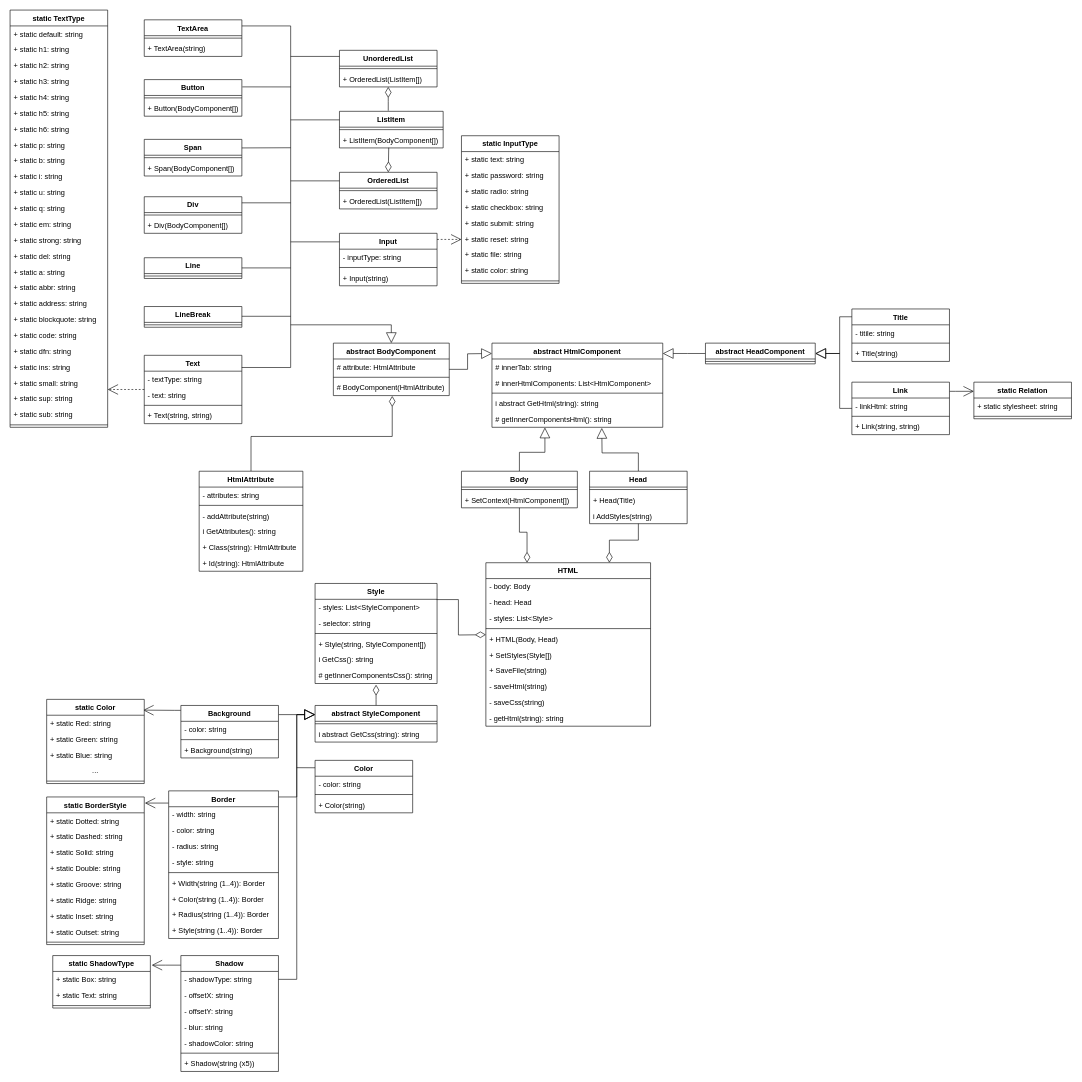
Above: Class structure.drawio in Vitaly05/html-creator-library (draw.io), before the change. Source tidied: cells renumbered, new cells numbered last; positions are measured from the earlier drawing's top-left corner, leaving out a move shared by most shapes. Both pictures are drawn from the tidied source at 61%, with x=0, y=0 at pixel (10, 10).
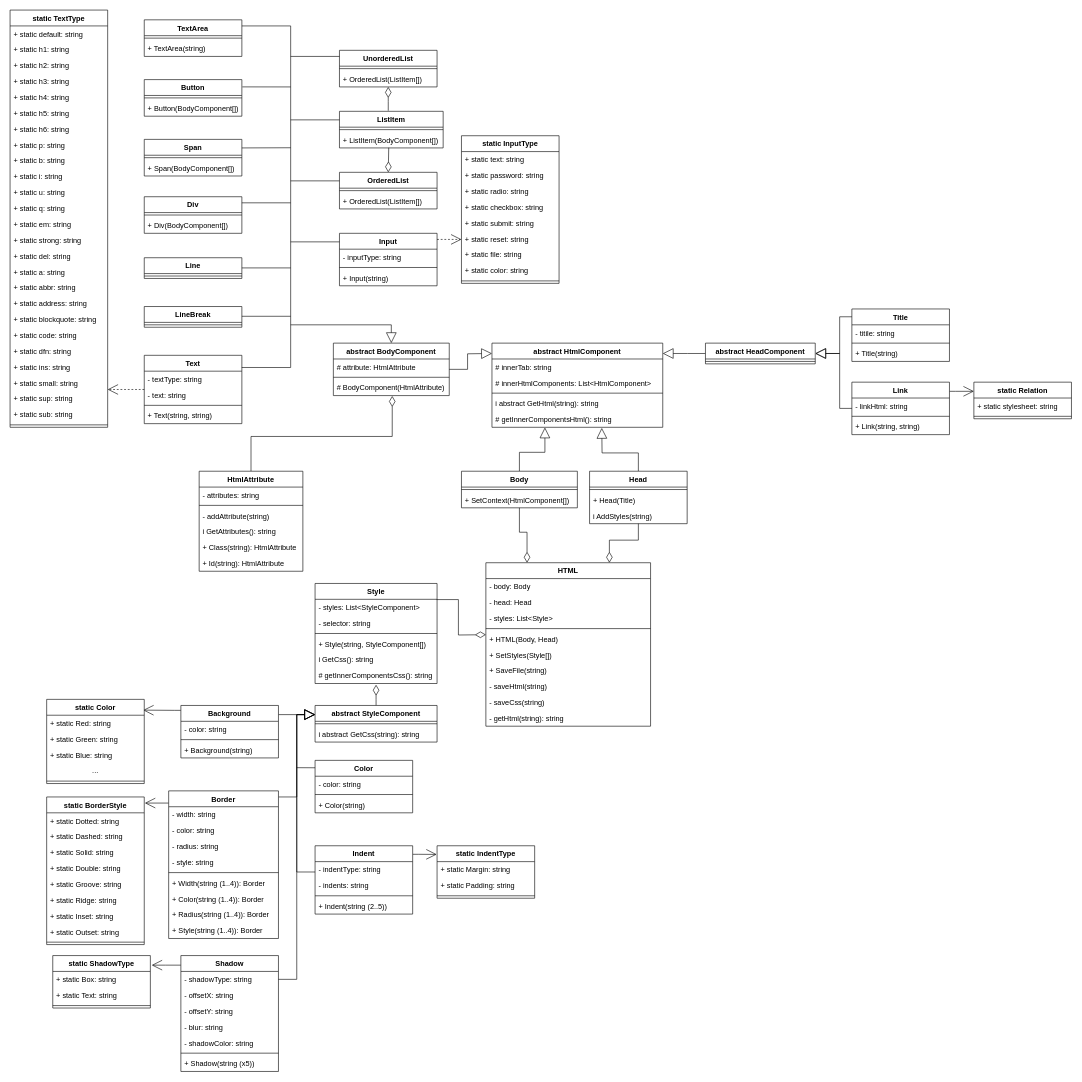
After the change.

Commit message (it also covers changes not shown here):
Added Margin and Padding indents

The change refers to these unchanged cells:
```xml
<mxCell id="160" value="abstract StyleComponent" style="swimlane;fontStyle=1;align=center;verticalAlign=top;horizontal=1;startSize=26;" parent="1" vertex="1">
  <mxGeometry x="500" y="1140" width="200" height="60" as="geometry" />
</mxCell>
```

Change to the diagram source:
```diff
@@
+    <mxCell id="213" style="edgeStyle=orthogonalEdgeStyle;rounded=0;jettySize=auto;html=1;entryX=-0.004;entryY=0.165;entryDx=0;entryDy=0;entryPerimeter=0;endArrow=open;endFill=0;endSize=15;" parent="1" edge="1" source="215" target="220">
+      <mxGeometry relative="1" as="geometry">
+        <Array as="points">
+          <mxPoint x="670" y="1384" />
+          <mxPoint x="670" y="1384" />
+        </Array>
+      </mxGeometry>
+    </mxCell>
+    <mxCell id="214" style="edgeStyle=orthogonalEdgeStyle;rounded=0;jettySize=auto;html=1;entryX=0;entryY=0.25;entryDx=0;entryDy=0;endArrow=block;endFill=0;endSize=15;" parent="1" edge="1" source="215" target="160">
+      <mxGeometry relative="1" as="geometry">
+        <Array as="points">
+          <mxPoint x="470" y="1413" />
+          <mxPoint x="470" y="1155" />
+        </Array>
+      </mxGeometry>
+    </mxCell>
+    <mxCell id="215" value="Indent" style="swimlane;fontStyle=1;align=center;verticalAlign=top;horizontal=1;startSize=26;" parent="1" vertex="1">
+      <mxGeometry x="500" y="1370" width="160" height="112" as="geometry" />
+    </mxCell>
+    <mxCell id="216" value="- indentType: string" style="text;strokeColor=none;fillColor=none;align=left;verticalAlign=top;spacingLeft=4;spacingRight=4;overflow=hidden;" parent="215" vertex="1">
+      <mxGeometry y="26" width="160" height="26" as="geometry" />
+    </mxCell>
+    <mxCell id="217" value="- indents: string" style="text;strokeColor=none;fillColor=none;align=left;verticalAlign=top;spacingLeft=4;spacingRight=4;overflow=hidden;" parent="215" vertex="1">
+      <mxGeometry y="52" width="160" height="26" as="geometry" />
+    </mxCell>
+    <mxCell id="218" style="line;strokeWidth=1;fillColor=none;align=left;verticalAlign=middle;spacingTop=-1;spacingLeft=3;spacingRight=3;labelPosition=right;" parent="215" vertex="1">
+      <mxGeometry y="78" width="160" height="8" as="geometry" />
+    </mxCell>
+    <mxCell id="219" value="+ Indent(string (2..5))" style="text;strokeColor=none;fillColor=none;align=left;verticalAlign=top;spacingLeft=4;spacingRight=4;overflow=hidden;" parent="215" vertex="1">
+      <mxGeometry y="86" width="160" height="26" as="geometry" />
+    </mxCell>
+    <mxCell id="220" value="static IndentType" style="swimlane;fontStyle=1;align=center;verticalAlign=top;horizontal=1;startSize=26;" parent="1" vertex="1">
+      <mxGeometry x="700" y="1370" width="160" height="86" as="geometry" />
+    </mxCell>
+    <mxCell id="221" value="+ static Margin: string" style="text;strokeColor=none;fillColor=none;align=left;verticalAlign=top;spacingLeft=4;spacingRight=4;overflow=hidden;" parent="220" vertex="1">
+      <mxGeometry y="26" width="160" height="26" as="geometry" />
+    </mxCell>
+    <mxCell id="222" value="+ static Padding: string" style="text;strokeColor=none;fillColor=none;align=left;verticalAlign=top;spacingLeft=4;spacingRight=4;overflow=hidden;" parent="220" vertex="1">
+      <mxGeometry y="52" width="160" height="26" as="geometry" />
+    </mxCell>
+    <mxCell id="223" style="line;strokeWidth=1;fillColor=none;align=left;verticalAlign=middle;spacingTop=-1;spacingLeft=3;spacingRight=3;labelPosition=right;" parent="220" vertex="1">
+      <mxGeometry y="78" width="160" height="8" as="geometry" />
+    </mxCell>
```
